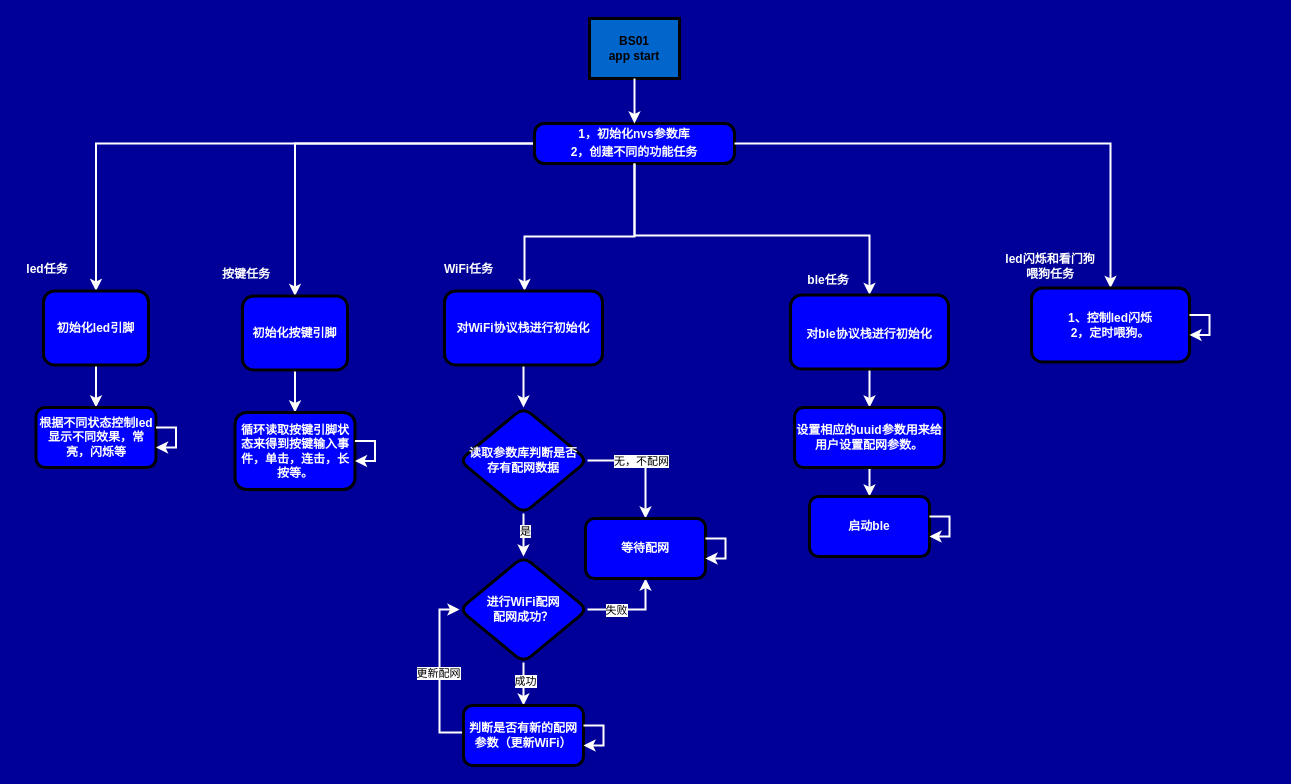
The draw.io diagram draw_io_for_work/bs01.drawio in doctor1cong/draw_flow_chart, before the edit. Source tidied: cells renumbered, new cells numbered last; positions are measured from the earlier drawing's top-left corner, leaving out a move shared by most shapes. Both pictures are drawn from the tidied source at 100%, with x=0, y=0 at pixel (17, 18).
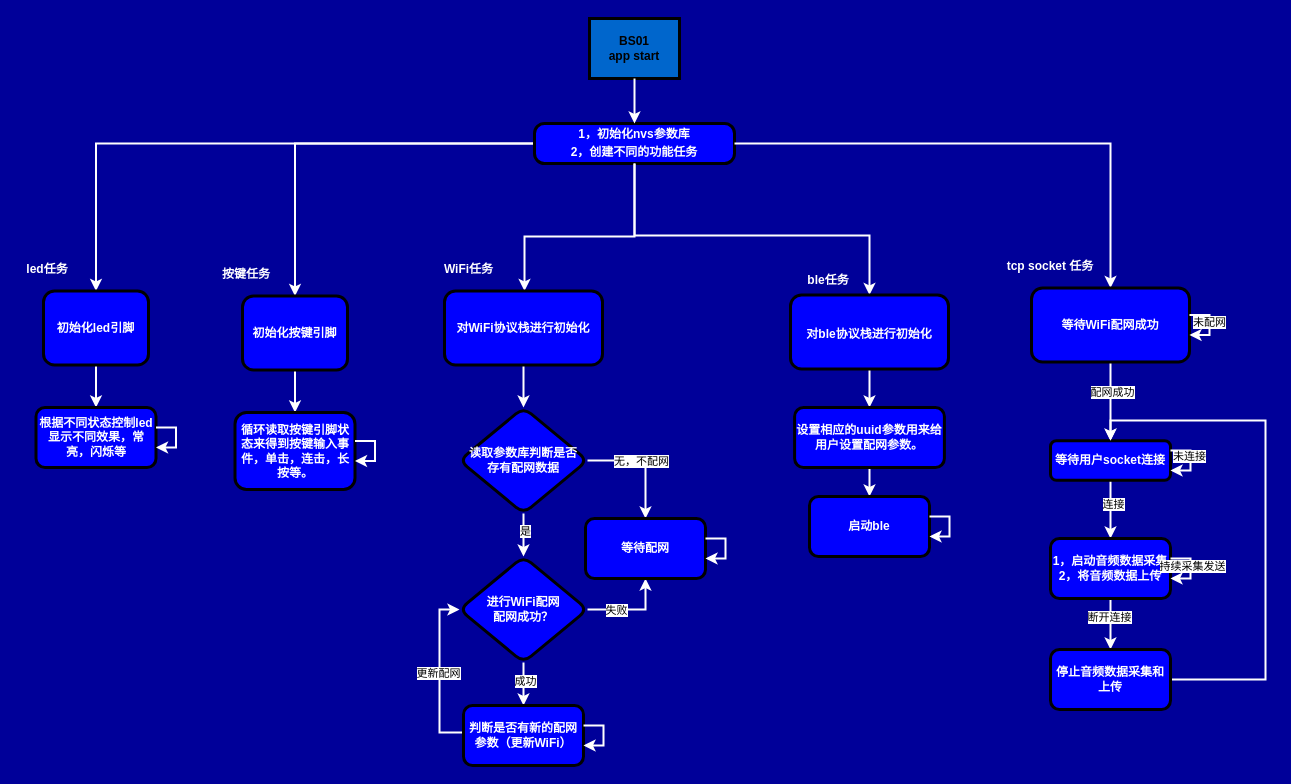
After the change.

Change to the diagram source:
```diff
@@
+    <mxCell id="49" style="edgeStyle=orthogonalEdgeStyle;shape=connector;rounded=0;jettySize=auto;html=1;strokeColor=#FFFFFF;strokeWidth=2;align=center;verticalAlign=middle;fontFamily=Helvetica;fontSize=11;fontColor=default;labelBackgroundColor=default;endArrow=classic;" parent="1" edge="1" source="19" target="54">
+      <mxGeometry relative="1" as="geometry" />
+    </mxCell>
+    <mxCell id="50" value="配网成功" style="edgeLabel;html=1;align=center;verticalAlign=middle;fontFamily=Helvetica;fontSize=11;fontColor=default;labelBackgroundColor=default;" parent="49" vertex="1">
+      <mxGeometry x="-0.23" y="1" relative="1" as="geometry" />
+    </mxCell>
-    <mxCell id="19" value="1、控制led闪烁&lt;div&gt;2，定时喂狗。&lt;/div&gt;" style="whiteSpace=wrap;html=1;fillColor=#0000FF;rounded=1;fontStyle=1;strokeWidth=3;fontColor=#FFFFFF;" parent="1" vertex="1">
+    <mxCell id="19" value="等待WiFi配网成功" style="whiteSpace=wrap;html=1;fillColor=#0000FF;rounded=1;fontStyle=1;strokeWidth=3;fontColor=#FFFFFF;" parent="1" vertex="1">
       <mxGeometry x="1014" y="269.5" width="158" height="74" as="geometry" />
     </mxCell>
-    <mxCell id="20" value="led闪烁和看门狗喂狗任务" style="text;strokeColor=none;align=center;fillColor=none;html=1;verticalAlign=middle;whiteSpace=wrap;rounded=0;fontFamily=Helvetica;fontSize=12;fontColor=#FFFFFF;fontStyle=1;" parent="1" vertex="1">
+    <mxCell id="20" value="tcp socket 任务" style="text;strokeColor=none;align=center;fillColor=none;html=1;verticalAlign=middle;whiteSpace=wrap;rounded=0;fontFamily=Helvetica;fontSize=12;fontColor=#FFFFFF;fontStyle=1;" parent="1" vertex="1">
       <mxGeometry x="985" y="233" width="96" height="30" as="geometry" />
     </mxCell>
@@
-    <mxCell id="36" style="edgeStyle=orthogonalEdgeStyle;shape=connector;rounded=0;orthogonalLoop=1;jettySize=auto;html=1;strokeColor=#FFFFFF;strokeWidth=2;align=center;verticalAlign=middle;fontFamily=Helvetica;fontSize=11;fontColor=default;labelBackgroundColor=default;endArrow=classic;" parent="1" edge="1" source="19" target="19">
+    <mxCell id="36" style="edgeStyle=orthogonalEdgeStyle;shape=connector;rounded=0;orthogonalLoop=1;jettySize=auto;html=1;strokeColor=#FFFFFF;strokeWidth=2;align=center;verticalAlign=middle;fontFamily=Helvetica;fontSize=11;fontColor=default;labelBackgroundColor=default;endArrow=classic;elbow=vertical;" parent="1" edge="1" source="19" target="19">
       <mxGeometry relative="1" as="geometry" />
     </mxCell>
+    <mxCell id="51" value="未配网" style="edgeLabel;html=1;align=center;verticalAlign=middle;fontFamily=Helvetica;fontSize=11;fontColor=default;labelBackgroundColor=default;" parent="36" vertex="1">
+      <mxGeometry x="-0.1" y="-1" relative="1" as="geometry" />
+    </mxCell>
@@
+    <mxCell id="52" style="edgeStyle=orthogonalEdgeStyle;shape=connector;rounded=0;jettySize=auto;html=1;strokeColor=#FFFFFF;strokeWidth=2;align=center;verticalAlign=middle;fontFamily=Helvetica;fontSize=11;fontColor=default;labelBackgroundColor=default;endArrow=classic;" parent="1" edge="1" source="54" target="57">
+      <mxGeometry relative="1" as="geometry" />
+    </mxCell>
+    <mxCell id="53" value="连接" style="edgeLabel;html=1;align=center;verticalAlign=middle;fontFamily=Helvetica;fontSize=11;fontColor=default;labelBackgroundColor=default;" parent="52" vertex="1">
+      <mxGeometry x="-0.19" y="2" relative="1" as="geometry" />
+    </mxCell>
+    <mxCell id="54" value="等待用户socket连接" style="whiteSpace=wrap;html=1;fillColor=#0000FF;fontColor=#FFFFFF;rounded=1;fontStyle=1;strokeWidth=3;" parent="1" vertex="1">
+      <mxGeometry x="1033" y="422.2" width="120" height="39.5" as="geometry" />
+    </mxCell>
+    <mxCell id="55" style="edgeStyle=orthogonalEdgeStyle;shape=connector;rounded=0;jettySize=auto;html=1;strokeColor=#FFFFFF;strokeWidth=2;align=center;verticalAlign=middle;fontFamily=Helvetica;fontSize=11;fontColor=default;labelBackgroundColor=default;endArrow=classic;" parent="1" edge="1" source="57" target="61">
+      <mxGeometry relative="1" as="geometry" />
+    </mxCell>
+    <mxCell id="56" value="断开连接" style="edgeLabel;html=1;align=center;verticalAlign=middle;fontFamily=Helvetica;fontSize=11;fontColor=default;labelBackgroundColor=default;" parent="55" vertex="1">
+      <mxGeometry x="-0.31" y="-2" relative="1" as="geometry" />
+    </mxCell>
+    <mxCell id="57" value="1，启动音频数据采集2，&lt;span style=&quot;background-color: initial;&quot;&gt;将音频数据上传&lt;/span&gt;" style="whiteSpace=wrap;html=1;fillColor=#0000FF;fontColor=#FFFFFF;rounded=1;fontStyle=1;strokeWidth=3;" parent="1" vertex="1">
+      <mxGeometry x="1033" y="520" width="120" height="60" as="geometry" />
+    </mxCell>
+    <mxCell id="58" style="edgeStyle=orthogonalEdgeStyle;shape=connector;rounded=0;orthogonalLoop=1;jettySize=auto;html=1;strokeColor=#FFFFFF;strokeWidth=2;align=center;verticalAlign=middle;fontFamily=Helvetica;fontSize=11;fontColor=default;labelBackgroundColor=default;endArrow=classic;" parent="1" edge="1" source="54" target="54">
+      <mxGeometry relative="1" as="geometry" />
+    </mxCell>
+    <mxCell id="59" value="未连接" style="edgeLabel;html=1;align=center;verticalAlign=middle;fontFamily=Helvetica;fontSize=11;fontColor=default;labelBackgroundColor=default;" parent="58" vertex="1">
+      <mxGeometry x="-0.13" y="-2" relative="1" as="geometry" />
+    </mxCell>
+    <mxCell id="60" style="edgeStyle=orthogonalEdgeStyle;shape=connector;rounded=0;jettySize=auto;html=1;strokeColor=#FFFFFF;strokeWidth=2;align=center;verticalAlign=middle;fontFamily=Helvetica;fontSize=11;fontColor=default;labelBackgroundColor=default;endArrow=classic;entryX=0.5;entryY=0;entryDx=0;entryDy=0;" parent="1" edge="1" source="61" target="54">
+      <mxGeometry relative="1" as="geometry">
+        <Array as="points">
+          <mxPoint x="1248" y="661" />
+          <mxPoint x="1248" y="402" />
+          <mxPoint x="1093" y="402" />
+        </Array>
+      </mxGeometry>
+    </mxCell>
+    <mxCell id="61" value="停止音频数据采集和上传" style="whiteSpace=wrap;html=1;fillColor=#0000FF;fontColor=#FFFFFF;rounded=1;fontStyle=1;strokeWidth=3;" parent="1" vertex="1">
+      <mxGeometry x="1033" y="631" width="120" height="60" as="geometry" />
+    </mxCell>
+    <mxCell id="62" style="edgeStyle=orthogonalEdgeStyle;shape=connector;rounded=0;orthogonalLoop=1;jettySize=auto;html=1;strokeColor=#FFFFFF;strokeWidth=2;align=center;verticalAlign=middle;fontFamily=Helvetica;fontSize=11;fontColor=default;labelBackgroundColor=default;endArrow=classic;" parent="1" edge="1" source="57" target="57">
+      <mxGeometry relative="1" as="geometry" />
+    </mxCell>
+    <mxCell id="63" value="持续采集发送" style="edgeLabel;html=1;align=center;verticalAlign=middle;fontFamily=Helvetica;fontSize=11;fontColor=default;labelBackgroundColor=default;" parent="62" vertex="1">
+      <mxGeometry x="-0.1" y="1" relative="1" as="geometry" />
+    </mxCell>
```
